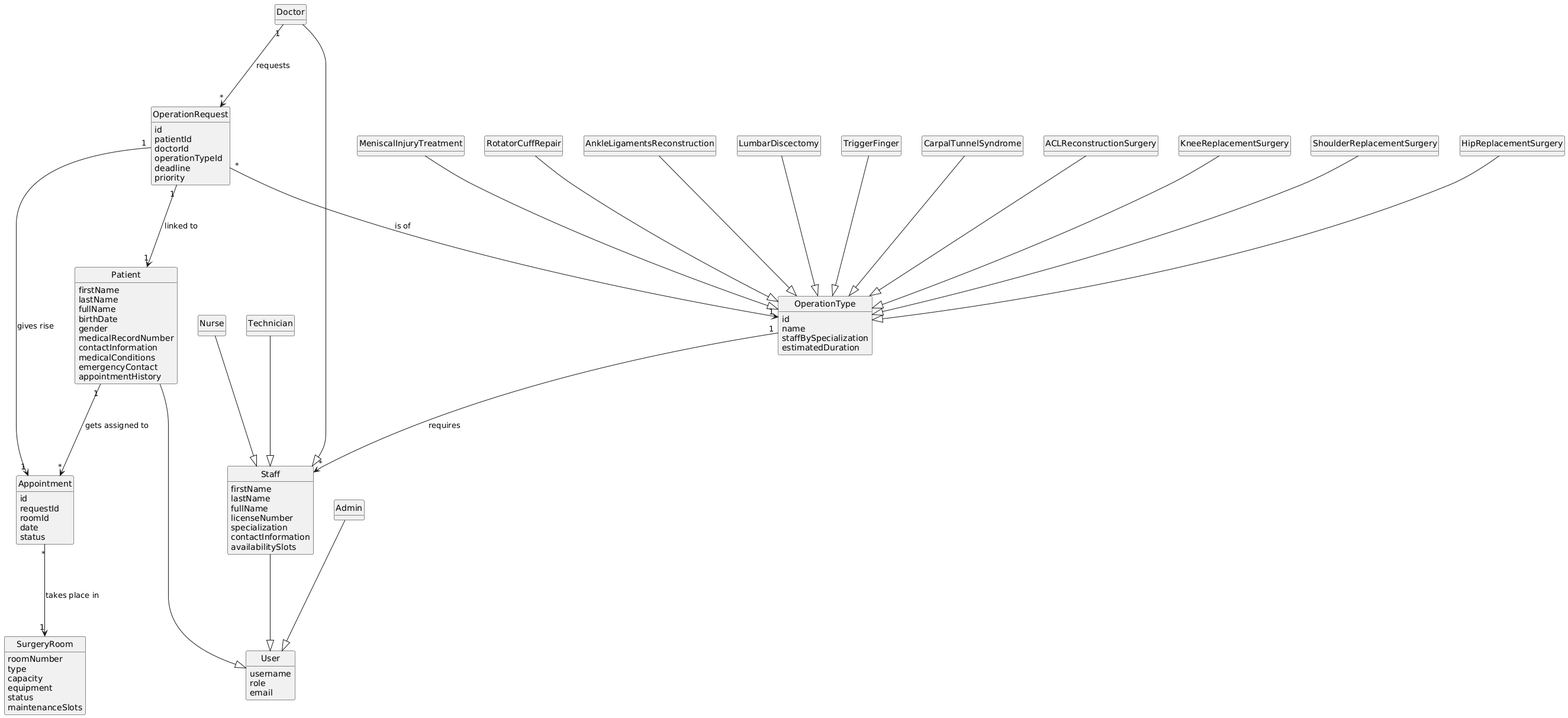
Earlier version of the PlantUML export docs/modelodominio/domainmodel.png (AlexandreRibeiro1220647/LAPR5_Backend).
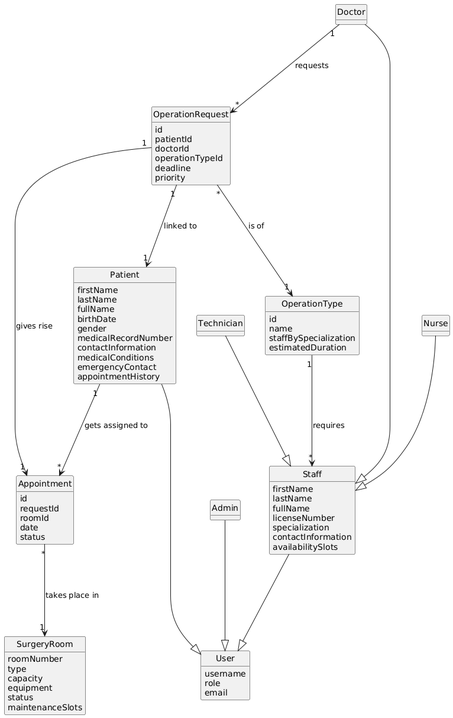
After the change.

Diff of the diagram source:
```diff
@@ -72,18 +72,6 @@
 Doctor ---|> Staff
 Nurse ---|> Staff
 Technician ---|> Staff
-
-ACLReconstructionSurgery ---|> OperationType
-KneeReplacementSurgery ---|> OperationType
-ShoulderReplacementSurgery ---|> OperationType
-HipReplacementSurgery ---|> OperationType
-MeniscalInjuryTreatment ---|> OperationType
-RotatorCuffRepair ---|> OperationType
-AnkleLigamentsReconstruction ---|> OperationType
-LumbarDiscectomy ---|> OperationType
-TriggerFinger ---|> OperationType
-CarpalTunnelSyndrome ---|> OperationType
-
 Appointment "*" ---> "1" SurgeryRoom : takes place in
 Doctor "1" ---> "*" OperationRequest : requests
 OperationRequest "*" ---> "1" OperationType : is of
```
